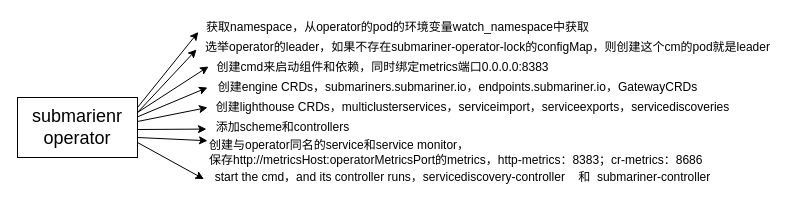
The draw.io diagram page "operator-process" (1 of 3) of submariner-operator.drawio in ssider/draw, before the edit. Source tidied: cells renumbered, new cells numbered last; positions are measured from the earlier drawing's top-left corner, leaving out a move shared by most shapes. Both pictures are drawn from the tidied source at 100%, with x=0, y=0 at pixel (17, 17).
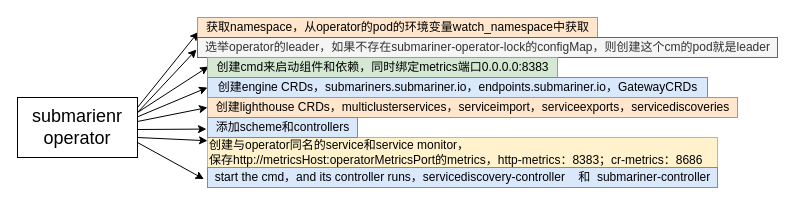
The same diagram, later.

What changed in the source:
```diff
@@
-    <mxCell id="4" value="获取namespace，从operator的pod的环境变量watch_namespace中获取" style="text;html=1;align=center;verticalAlign=middle;points=[];" parent="1" vertex="1">
+    <mxCell id="4" value="获取namespace，从operator的pod的环境变量watch_namespace中获取" style="text;html=1;align=center;verticalAlign=middle;points=[];fillColor=#ffe6cc;strokeColor=#d79b00;" parent="1" vertex="1">
       <mxGeometry x="180" width="400" height="20" as="geometry" />
     </mxCell>
-    <mxCell id="5" value="选举operator的leader，如果不存在submariner-operator-lock的configMap，则创建这个cm的pod就是leader" style="text;html=1;align=center;verticalAlign=middle;" parent="1" vertex="1">
+    <mxCell id="5" value="选举operator的leader，如果不存在submariner-operator-lock的configMap，则创建这个cm的pod就是leader" style="text;html=1;align=center;verticalAlign=middle;fillColor=#f5f5f5;fontColor=#333333;strokeColor=#666666;" parent="1" vertex="1">
       <mxGeometry x="180" y="20" width="580" height="20" as="geometry" />
     </mxCell>
@@
-    <mxCell id="7" value="创建cmd来启动组件和依赖，同时绑定metrics端口0.0.0.0:8383" style="text;html=1;align=center;verticalAlign=middle;points=[];" parent="1" vertex="1">
+    <mxCell id="7" value="创建cmd来启动组件和依赖，同时绑定metrics端口0.0.0.0:8383" style="text;html=1;align=center;verticalAlign=middle;points=[];fillColor=#d5e8d4;strokeColor=#82b366;" parent="1" vertex="1">
       <mxGeometry x="190" y="40" width="350" height="20" as="geometry" />
     </mxCell>
-    <mxCell id="8" value="创建engine CRDs，submariners.submariner.io，endpoints.submariner.io，GatewayCRDs&lt;font color=&quot;rgba(0, 0, 0, 0)&quot; face=&quot;monospace&quot;&gt;&lt;span style=&quot;font-size: 0px&quot;&gt;engine CRDs&lt;/span&gt;&lt;/font&gt;" style="text;html=1;align=center;verticalAlign=middle;points=[];" parent="1" vertex="1">
+    <mxCell id="8" value="创建engine CRDs，submariners.submariner.io，endpoints.submariner.io，GatewayCRDs&lt;font color=&quot;rgba(0, 0, 0, 0)&quot; face=&quot;monospace&quot;&gt;&lt;span style=&quot;font-size: 0px&quot;&gt;engine CRDs&lt;/span&gt;&lt;/font&gt;" style="text;html=1;align=center;verticalAlign=middle;points=[];fillColor=#dae8fc;strokeColor=#6c8ebf;" parent="1" vertex="1">
       <mxGeometry x="190" y="60" width="500" height="20" as="geometry" />
     </mxCell>
@@
-    <mxCell id="10" value="创建lighthouse CRDs，multiclusterservices，serviceimport，serviceexports，servicediscoveries&lt;font color=&quot;rgba(0, 0, 0, 0)&quot; face=&quot;monospace&quot;&gt;&lt;span style=&quot;font-size: 0px&quot;&gt;engine CRDs&lt;/span&gt;&lt;/font&gt;" style="text;html=1;align=center;verticalAlign=middle;points=[];" parent="1" vertex="1">
+    <mxCell id="10" value="创建lighthouse CRDs，multiclusterservices，serviceimport，serviceexports，servicediscoveries&lt;font color=&quot;rgba(0, 0, 0, 0)&quot; face=&quot;monospace&quot;&gt;&lt;span style=&quot;font-size: 0px&quot;&gt;engine CRDs&lt;/span&gt;&lt;/font&gt;" style="text;html=1;align=center;verticalAlign=middle;points=[];fillColor=#ffe6cc;strokeColor=#d79b00;" parent="1" vertex="1">
       <mxGeometry x="190" y="80" width="530" height="20" as="geometry" />
     </mxCell>
@@
-    <mxCell id="12" value="创建与operator同名的service和service monitor，&lt;br&gt;保存http://metricsHost:operatorMetricsPort的metrics，http-metrics：8383；cr-metrics：8686" style="text;html=1;align=left;verticalAlign=middle;points=[];" parent="1" vertex="1">
+    <mxCell id="12" value="创建与operator同名的service和service monitor，&lt;br&gt;保存http://metricsHost:operatorMetricsPort的metrics，http-metrics：8383；cr-metrics：8686" style="text;html=1;align=left;verticalAlign=middle;points=[];fillColor=#fff2cc;strokeColor=#d6b656;" parent="1" vertex="1">
       <mxGeometry x="190" y="120" width="510" height="30" as="geometry" />
     </mxCell>
@@
-    <mxCell id="14" value="添加scheme和controllers" style="text;html=1;align=center;verticalAlign=middle;points=[];" parent="1" vertex="1">
+    <mxCell id="14" value="添加scheme和controllers" style="text;html=1;align=center;verticalAlign=middle;points=[];fillColor=#dae8fc;strokeColor=#6c8ebf;" parent="1" vertex="1">
       <mxGeometry x="190" y="100" width="150" height="20" as="geometry" />
     </mxCell>
@@
-    <mxCell id="18" value="start the cmd，and its controller runs，servicediscovery-controller&amp;nbsp; &amp;nbsp; 和&amp;nbsp;&amp;nbsp;submariner-controller" style="text;html=1;align=center;verticalAlign=middle;points=[];" parent="1" vertex="1">
+    <mxCell id="18" value="start the cmd，and its controller runs，servicediscovery-controller&amp;nbsp; &amp;nbsp; 和&amp;nbsp;&amp;nbsp;submariner-controller" style="text;html=1;align=center;verticalAlign=middle;points=[];fillColor=#dae8fc;strokeColor=#6c8ebf;" parent="1" vertex="1">
       <mxGeometry x="190" y="150" width="510" height="20" as="geometry" />
     </mxCell>
```
